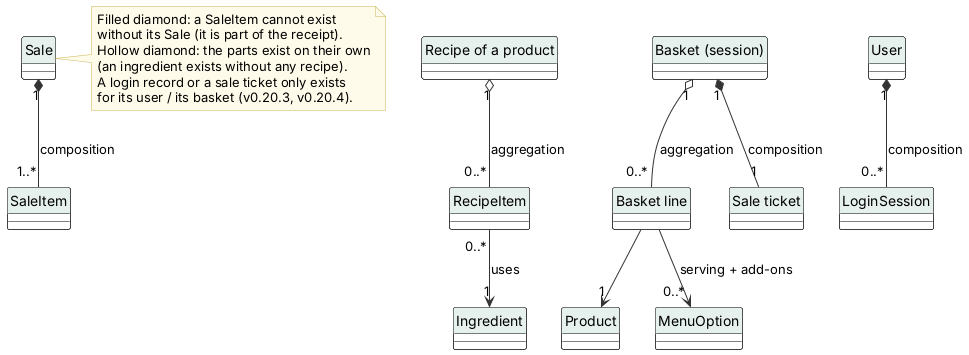
This is diagrams/uml/21_aggregation.png from JmlAsync/inventory-pos-system, a PlantUML export, as it was before one commit.
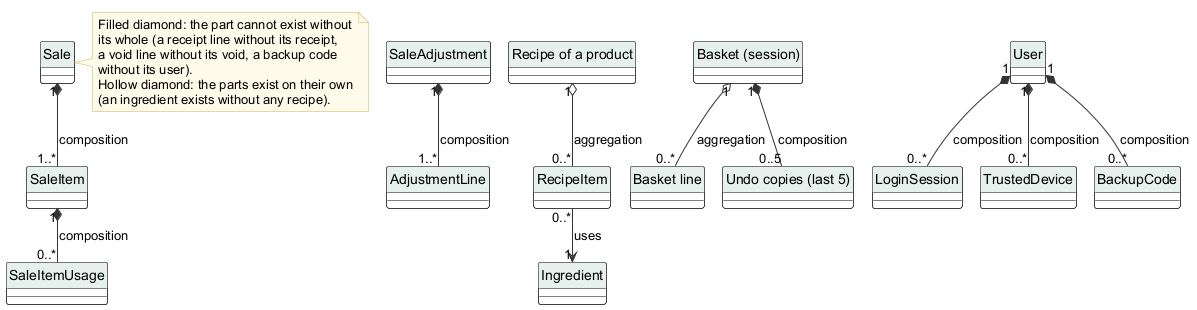
The same file after the commit.

What changed in the source:
```diff
@@ -1,4 +1,5 @@
 @startuml
+!pragma layout smetana
 skinparam defaultFontName Arial
 skinparam shadowing false
 skinparam ArrowColor #333333
@@ -40,6 +41,11 @@
 class Sale
 class SaleItem
 Sale "1" *-- "1..*" SaleItem : composition
+class SaleItemUsage
+SaleItem "1" *-- "0..*" SaleItemUsage : composition
+class SaleAdjustment
+class AdjustmentLine
+SaleAdjustment "1" *-- "1..*" AdjustmentLine : composition
 class "Recipe of a product" as Recipe
 class RecipeItem
 Recipe "1" o-- "0..*" RecipeItem : aggregation
@@ -48,21 +54,21 @@
 class "Basket (session)" as Basket
 class "Basket line" as Line
 Basket "1" o-- "0..*" Line : aggregation
-class Product
-Line --> "1" Product
-class MenuOption
-Line --> "0..*" MenuOption : serving + add-ons
-class "Sale ticket" as Ticket
-Basket "1" *-- "1" Ticket : composition
+class "Undo copies (last 5)" as UndoList
+Basket "1" *-- "0..5" UndoList : composition
 class User
 class LoginSession
+class TrustedDevice
+class BackupCode
 User "1" *-- "0..*" LoginSession : composition
+User "1" *-- "0..*" TrustedDevice : composition
+User "1" *-- "0..*" BackupCode : composition
 note right of Sale
-  Filled diamond: a SaleItem cannot exist
-  without its Sale (it is part of the receipt).
+  Filled diamond: the part cannot exist without
+  its whole (a receipt line without its receipt,
+  a void line without its void, a backup code
+  without its user).
   Hollow diamond: the parts exist on their own
   (an ingredient exists without any recipe).
-  A login record or a sale ticket only exists
-  for its user / its basket (v0.20.3, v0.20.4).
 end note
 @enduml
```
